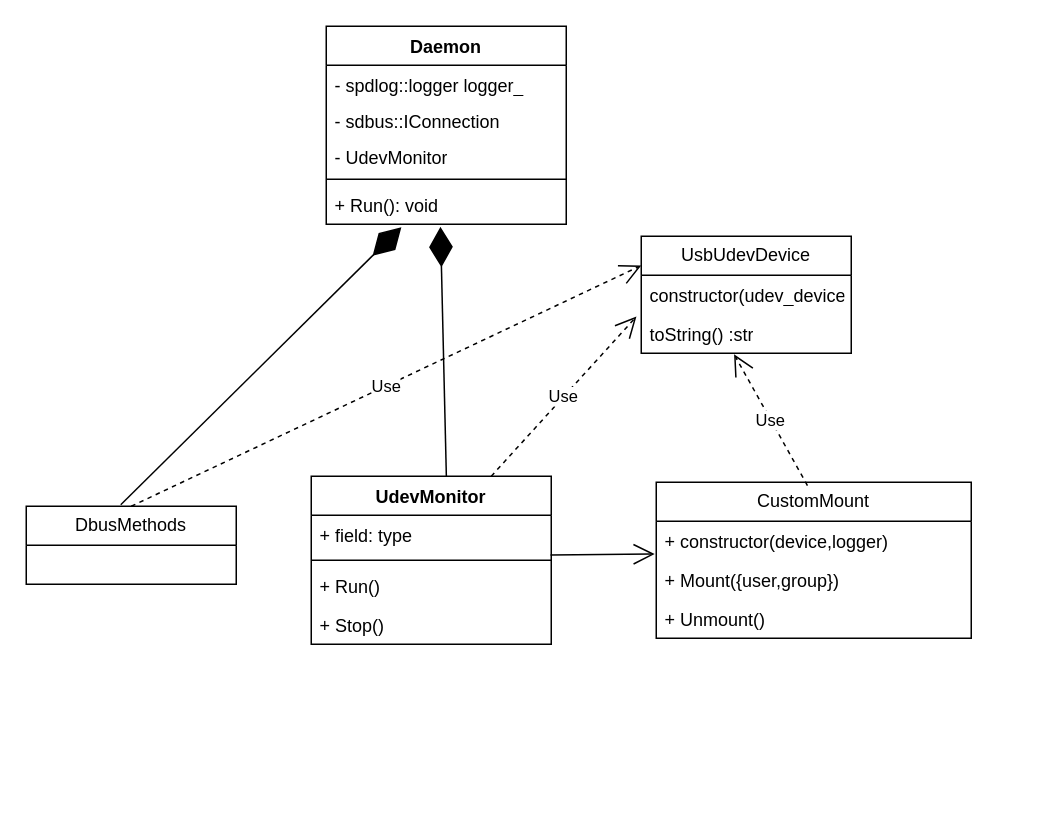
3036662/alterator-usbmount keeps this draw.io diagram as daemon/classes.drawio. Above is the earlier version. Source tidied: cells renumbered, new cells numbered last; positions are measured from the earlier drawing's top-left corner, leaving out a move shared by most shapes. Both pictures are drawn from the tidied source at 150%, with x=0, y=0 at pixel (26, 26).
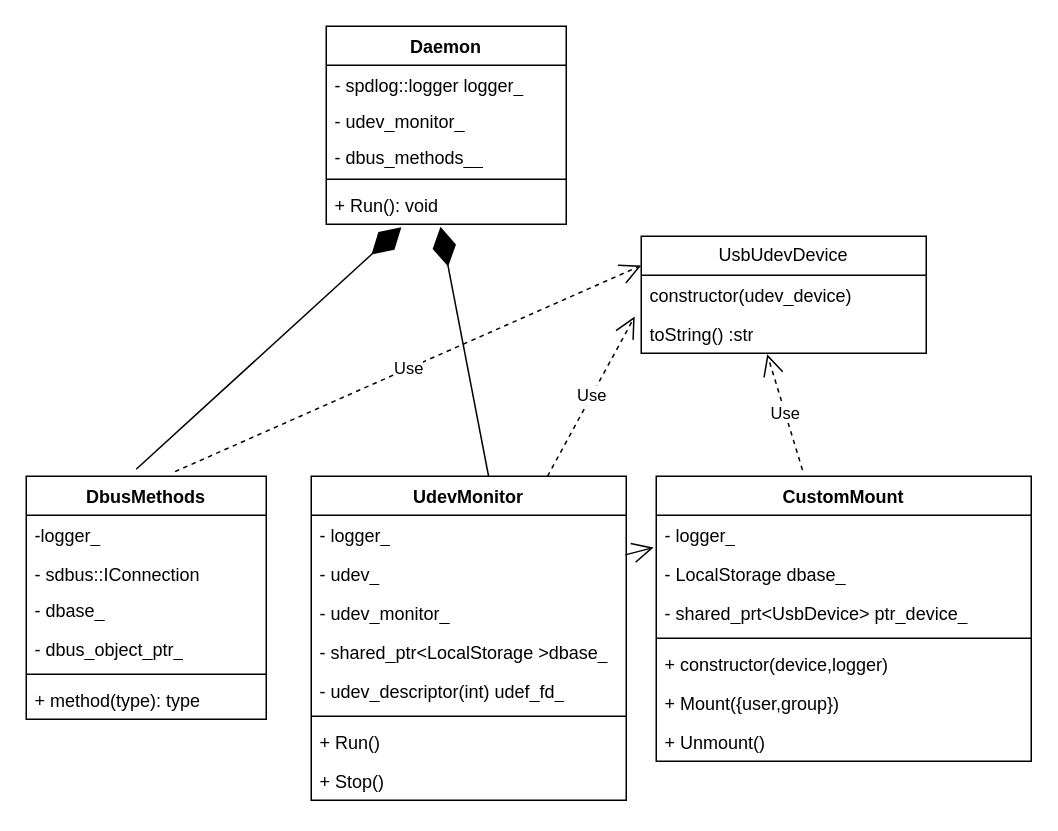
The same page after the edit.

Unchanged cells that the change refers to:
```xml
<mxCell id="2" value="Daemon" style="swimlane;fontStyle=1;align=center;verticalAlign=top;horizontal=1;startSize=26;whiteSpace=wrap;html=1;" parent="1" vertex="1">
  <mxGeometry x="200" width="160" height="132" as="geometry" />
</mxCell>
<mxCell id="7" value="+ Run(): void" style="text;strokeColor=none;fillColor=none;align=left;verticalAlign=top;spacingLeft=4;spacingRight=4;overflow=hidden;points=[[0,0.5],[1,0.5]];portConstraint=eastwest;whiteSpace=wrap;html=1;" parent="2" vertex="1">
  <mxGeometry y="106" width="160" height="26" as="geometry" />
</mxCell>
```

The edit, as a diff of the source:
```diff
@@
-    <mxCell id="4" value="- sdbus::IConnection" style="text;strokeColor=none;fillColor=none;align=left;verticalAlign=top;spacingLeft=4;spacingRight=4;overflow=hidden;whiteSpace=wrap;html=1;" parent="2" vertex="1">
+    <mxCell id="4" value="- udev_monitor_" style="text;strokeColor=none;fillColor=none;align=left;verticalAlign=top;spacingLeft=4;spacingRight=4;overflow=hidden;whiteSpace=wrap;html=1;" parent="2" vertex="1">
       <mxGeometry y="50" width="160" height="24" as="geometry" />
     </mxCell>
-    <mxCell id="5" value="- UdevMonitor" style="text;strokeColor=none;fillColor=none;align=left;verticalAlign=top;spacingLeft=4;spacingRight=4;overflow=hidden;whiteSpace=wrap;html=1;" parent="2" vertex="1">
+    <mxCell id="5" value="- dbus_methods__" style="text;strokeColor=none;fillColor=none;align=left;verticalAlign=top;spacingLeft=4;spacingRight=4;overflow=hidden;whiteSpace=wrap;html=1;" parent="2" vertex="1">
       <mxGeometry y="74" width="160" height="24" as="geometry" />
     </mxCell>
@@
     <mxCell id="8" value="UdevMonitor" style="swimlane;fontStyle=1;align=center;verticalAlign=top;horizontal=1;startSize=26;whiteSpace=wrap;html=1;" parent="1" vertex="1">
-      <mxGeometry x="190" y="300" width="160" height="112" as="geometry" />
+      <mxGeometry x="190" y="300" width="210" height="216" as="geometry" />
     </mxCell>
-    <mxCell id="9" value="+ field: type" style="text;strokeColor=none;fillColor=none;align=left;verticalAlign=top;spacingLeft=4;spacingRight=4;overflow=hidden;points=[[0,0.5],[1,0.5]];portConstraint=eastwest;whiteSpace=wrap;html=1;" parent="8" vertex="1">
-      <mxGeometry y="26" width="160" height="26" as="geometry" />
+    <mxCell id="9" value="&lt;div&gt;- logger_&lt;/div&gt;" style="text;strokeColor=none;fillColor=none;align=left;verticalAlign=top;spacingLeft=4;spacingRight=4;overflow=hidden;points=[[0,0.5],[1,0.5]];portConstraint=eastwest;whiteSpace=wrap;html=1;" parent="8" vertex="1">
+      <mxGeometry y="26" width="210" height="26" as="geometry" />
     </mxCell>
+    <mxCell id="27" value="&lt;div&gt;- udev_&lt;br&gt;&lt;/div&gt;" style="text;strokeColor=none;fillColor=none;align=left;verticalAlign=top;spacingLeft=4;spacingRight=4;overflow=hidden;whiteSpace=wrap;html=1;" parent="8" vertex="1">
+      <mxGeometry y="52" width="210" height="26" as="geometry" />
+    </mxCell>
+    <mxCell id="28" value="&lt;div&gt;- udev_monitor_&lt;br&gt;&lt;/div&gt;" style="text;strokeColor=none;fillColor=none;align=left;verticalAlign=top;spacingLeft=4;spacingRight=4;overflow=hidden;whiteSpace=wrap;html=1;" parent="8" vertex="1">
+      <mxGeometry y="78" width="210" height="26" as="geometry" />
+    </mxCell>
+    <mxCell id="29" value="&lt;div&gt;- shared_ptr&amp;lt;LocalStorage &amp;gt;dbase_&lt;br&gt;&lt;/div&gt;" style="text;strokeColor=none;fillColor=none;align=left;verticalAlign=top;spacingLeft=4;spacingRight=4;overflow=hidden;whiteSpace=wrap;html=1;" parent="8" vertex="1">
+      <mxGeometry y="104" width="210" height="26" as="geometry" />
+    </mxCell>
+    <mxCell id="30" value="&lt;div&gt;- udev_descriptor(int) udef_fd_&lt;br&gt;&lt;/div&gt;" style="text;strokeColor=none;fillColor=none;align=left;verticalAlign=top;spacingLeft=4;spacingRight=4;overflow=hidden;whiteSpace=wrap;html=1;" parent="8" vertex="1">
+      <mxGeometry y="130" width="210" height="26" as="geometry" />
+    </mxCell>
     <mxCell id="10" style="line;strokeWidth=1;fillColor=none;align=left;verticalAlign=middle;spacingTop=-1;spacingLeft=3;spacingRight=3;labelPosition=right;strokeColor=inherit;" parent="8" vertex="1">
-      <mxGeometry y="52" width="160" height="8" as="geometry" />
+      <mxGeometry y="156" width="210" height="8" as="geometry" />
     </mxCell>
     <mxCell id="11" value="+ Run()" style="text;strokeColor=none;fillColor=none;align=left;verticalAlign=top;spacingLeft=4;spacingRight=4;overflow=hidden;whiteSpace=wrap;html=1;" parent="8" vertex="1">
-      <mxGeometry y="60" width="160" height="26" as="geometry" />
+      <mxGeometry y="164" width="210" height="26" as="geometry" />
     </mxCell>
     <mxCell id="12" value="+ Stop()" style="text;strokeColor=none;fillColor=none;align=left;verticalAlign=top;spacingLeft=4;spacingRight=4;overflow=hidden;whiteSpace=wrap;html=1;" parent="8" vertex="1">
-      <mxGeometry y="86" width="160" height="26" as="geometry" />
+      <mxGeometry y="190" width="210" height="26" as="geometry" />
     </mxCell>
@@
-    <mxCell id="14" value="CustomMount" style="swimlane;fontStyle=0;horizontal=1;startSize=26;fillColor=none;whiteSpace=wrap;html=1;" parent="1" vertex="1">
-      <mxGeometry x="420" y="304" width="210" height="104" as="geometry" />
-    </mxCell>
-    <mxCell id="15" value="+ constructor(device,logger)" style="text;strokeColor=none;fillColor=none;align=left;verticalAlign=top;spacingLeft=4;spacingRight=4;overflow=hidden;points=[[0,0.5],[1,0.5]];portConstraint=eastwest;whiteSpace=wrap;html=1;" parent="14" vertex="1">
-      <mxGeometry y="26" width="210" height="26" as="geometry" />
-    </mxCell>
-    <mxCell id="16" value="+ Mount({user,group})" style="text;strokeColor=none;fillColor=none;align=left;verticalAlign=top;spacingLeft=4;spacingRight=4;overflow=hidden;whiteSpace=wrap;html=1;" parent="14" vertex="1">
-      <mxGeometry y="52" width="210" height="26" as="geometry" />
-    </mxCell>
-    <mxCell id="17" value="+ Unmount()" style="text;strokeColor=none;fillColor=none;align=left;verticalAlign=top;spacingLeft=4;spacingRight=4;overflow=hidden;whiteSpace=wrap;html=1;" parent="14" vertex="1">
-      <mxGeometry y="78" width="210" height="26" as="geometry" />
-    </mxCell>
-    <mxCell id="18" style="endArrow=open;endFill=1;endSize=12;html=1;rounded=0;entryX=-0.005;entryY=0.841;entryDx=0;entryDy=0;entryPerimeter=0;exitX=0.997;exitY=1.016;exitDx=0;exitDy=0;exitPerimeter=0;" parent="1" edge="1" source="9" target="15">
+    <mxCell id="18" style="endArrow=open;endFill=1;endSize=12;html=1;rounded=0;exitX=0.997;exitY=1.016;exitDx=0;exitDy=0;exitPerimeter=0;entryX=-0.007;entryY=0.827;entryDx=0;entryDy=0;entryPerimeter=0;" parent="1" edge="1" source="9" target="31">
       <mxGeometry relative="1" as="geometry" />
     </mxCell>
     <mxCell id="19" value="UsbUdevDevice" style="swimlane;fontStyle=0;horizontal=1;startSize=26;fillColor=none;whiteSpace=wrap;html=1;" parent="1" vertex="1">
-      <mxGeometry x="410" y="140" width="140" height="78" as="geometry" />
+      <mxGeometry x="410" y="140" width="190" height="78" as="geometry" />
     </mxCell>
     <mxCell id="20" value="constructor(udev_device)" style="text;strokeColor=none;fillColor=none;align=left;verticalAlign=top;spacingLeft=4;spacingRight=4;overflow=hidden;points=[[0,0.5],[1,0.5]];portConstraint=eastwest;whiteSpace=wrap;html=1;" parent="19" vertex="1">
-      <mxGeometry y="26" width="140" height="26" as="geometry" />
+      <mxGeometry y="26" width="190" height="26" as="geometry" />
     </mxCell>
     <mxCell id="21" value="toString() :str" style="text;strokeColor=none;fillColor=none;align=left;verticalAlign=top;spacingLeft=4;spacingRight=4;overflow=hidden;points=[[0,0.5],[1,0.5]];portConstraint=eastwest;whiteSpace=wrap;html=1;" parent="19" vertex="1">
-      <mxGeometry y="52" width="140" height="26" as="geometry" />
+      <mxGeometry y="52" width="190" height="26" as="geometry" />
     </mxCell>
@@
-    <mxCell id="23" value="Use" style="endArrow=open;endSize=12;dashed=1;html=1;rounded=0;entryX=0.442;entryY=1.027;entryDx=0;entryDy=0;entryPerimeter=0;exitX=0.48;exitY=0.021;exitDx=0;exitDy=0;exitPerimeter=0;" parent="1" edge="1" source="14" target="21">
+    <mxCell id="23" value="Use" style="endArrow=open;endSize=12;dashed=1;html=1;rounded=0;entryX=0.442;entryY=1.027;entryDx=0;entryDy=0;entryPerimeter=0;exitX=0.39;exitY=-0.022;exitDx=0;exitDy=0;exitPerimeter=0;" parent="1" edge="1" source="14" target="21">
       <mxGeometry relative="1" as="geometry" />
     </mxCell>
-    <mxCell id="24" value="DbusMethods" style="swimlane;fontStyle=0;horizontal=1;startSize=26;fillColor=none;whiteSpace=wrap;html=1;" parent="1" vertex="1">
-      <mxGeometry y="320" width="140" height="52" as="geometry" />
-    </mxCell>
-    <mxCell id="25" style="endArrow=diamondThin;endFill=1;endSize=24;html=1;rounded=0;entryX=0.313;entryY=1.077;entryDx=0;entryDy=0;entryPerimeter=0;exitX=0.45;exitY=-0.019;exitDx=0;exitDy=0;exitPerimeter=0;" parent="1" edge="1" source="24" target="7">
+    <mxCell id="25" style="endArrow=diamondThin;endFill=1;endSize=24;html=1;rounded=0;entryX=0.313;entryY=1.077;entryDx=0;entryDy=0;entryPerimeter=0;exitX=0.458;exitY=-0.029;exitDx=0;exitDy=0;exitPerimeter=0;" parent="1" edge="1" source="24" target="7">
       <mxGeometry relative="1" as="geometry" />
     </mxCell>
-    <mxCell id="26" value="Use" style="endArrow=open;endSize=12;dashed=1;html=1;rounded=0;entryX=0;entryY=0.25;entryDx=0;entryDy=0;exitX=0.5;exitY=0;exitDx=0;exitDy=0;" parent="1" edge="1" source="24" target="19">
+    <mxCell id="26" value="Use" style="endArrow=open;endSize=12;dashed=1;html=1;rounded=0;entryX=0;entryY=0.25;entryDx=0;entryDy=0;exitX=0.62;exitY=-0.019;exitDx=0;exitDy=0;exitPerimeter=0;" parent="1" edge="1" source="24" target="19">
       <mxGeometry relative="1" as="geometry" />
     </mxCell>
+    <mxCell id="14" value="CustomMount" style="swimlane;fontStyle=1;align=center;verticalAlign=top;horizontal=1;startSize=26;whiteSpace=wrap;html=1;" parent="1" vertex="1">
+      <mxGeometry x="420" y="300" width="250" height="190" as="geometry" />
+    </mxCell>
+    <mxCell id="31" value="&lt;div&gt;- logger_&lt;/div&gt;" style="text;strokeColor=none;fillColor=none;align=left;verticalAlign=top;spacingLeft=4;spacingRight=4;overflow=hidden;points=[[0,0.5],[1,0.5]];portConstraint=eastwest;whiteSpace=wrap;html=1;" parent="14" vertex="1">
+      <mxGeometry y="26" width="250" height="26" as="geometry" />
+    </mxCell>
+    <mxCell id="32" value="&lt;div&gt;- LocalStorage dbase_&lt;br&gt;&lt;/div&gt;" style="text;strokeColor=none;fillColor=none;align=left;verticalAlign=top;spacingLeft=4;spacingRight=4;overflow=hidden;whiteSpace=wrap;html=1;" parent="14" vertex="1">
+      <mxGeometry y="52" width="250" height="26" as="geometry" />
+    </mxCell>
+    <mxCell id="33" value="&lt;div&gt;- shared_prt&amp;lt;UsbDevice&amp;gt; ptr_device_&lt;/div&gt;" style="text;strokeColor=none;fillColor=none;align=left;verticalAlign=top;spacingLeft=4;spacingRight=4;overflow=hidden;whiteSpace=wrap;html=1;" parent="14" vertex="1">
+      <mxGeometry y="78" width="250" height="26" as="geometry" />
+    </mxCell>
+    <mxCell id="34" style="line;strokeWidth=1;fillColor=none;align=left;verticalAlign=middle;spacingTop=-1;spacingLeft=3;spacingRight=3;labelPosition=right;strokeColor=inherit;" parent="14" vertex="1">
+      <mxGeometry y="104" width="250" height="8" as="geometry" />
+    </mxCell>
+    <mxCell id="15" value="+ constructor(device,logger)" style="text;strokeColor=none;fillColor=none;align=left;verticalAlign=top;spacingLeft=4;spacingRight=4;overflow=hidden;points=[[0,0.5],[1,0.5]];portConstraint=eastwest;whiteSpace=wrap;html=1;" parent="14" vertex="1">
+      <mxGeometry y="112" width="250" height="26" as="geometry" />
+    </mxCell>
+    <mxCell id="16" value="+ Mount({user,group})" style="text;strokeColor=none;fillColor=none;align=left;verticalAlign=top;spacingLeft=4;spacingRight=4;overflow=hidden;whiteSpace=wrap;html=1;" parent="14" vertex="1">
+      <mxGeometry y="138" width="250" height="26" as="geometry" />
+    </mxCell>
+    <mxCell id="17" value="+ Unmount()" style="text;strokeColor=none;fillColor=none;align=left;verticalAlign=top;spacingLeft=4;spacingRight=4;overflow=hidden;whiteSpace=wrap;html=1;" parent="14" vertex="1">
+      <mxGeometry y="164" width="250" height="26" as="geometry" />
+    </mxCell>
+    <mxCell id="24" value="DbusMethods" style="swimlane;fontStyle=1;align=center;verticalAlign=top;horizontal=1;startSize=26;whiteSpace=wrap;html=1;" parent="1" vertex="1">
+      <mxGeometry y="300" width="160" height="162" as="geometry" />
+    </mxCell>
+    <mxCell id="35" value="-logger_" style="text;strokeColor=none;fillColor=none;align=left;verticalAlign=top;spacingLeft=4;spacingRight=4;overflow=hidden;whiteSpace=wrap;html=1;" parent="24" vertex="1">
+      <mxGeometry y="26" width="160" height="26" as="geometry" />
+    </mxCell>
+    <mxCell id="36" value="- sdbus::IConnection" style="text;strokeColor=none;fillColor=none;align=left;verticalAlign=top;spacingLeft=4;spacingRight=4;overflow=hidden;whiteSpace=wrap;html=1;" parent="24" vertex="1">
+      <mxGeometry y="52" width="160" height="24" as="geometry" />
+    </mxCell>
+    <mxCell id="37" value="- dbase_" style="text;strokeColor=none;fillColor=none;align=left;verticalAlign=top;spacingLeft=4;spacingRight=4;overflow=hidden;whiteSpace=wrap;html=1;" parent="24" vertex="1">
+      <mxGeometry y="76" width="160" height="26" as="geometry" />
+    </mxCell>
+    <mxCell id="38" value="- dbus_object_ptr_" style="text;strokeColor=none;fillColor=none;align=left;verticalAlign=top;spacingLeft=4;spacingRight=4;overflow=hidden;whiteSpace=wrap;html=1;" parent="24" vertex="1">
+      <mxGeometry y="102" width="160" height="26" as="geometry" />
+    </mxCell>
+    <mxCell id="39" style="line;strokeWidth=1;fillColor=none;align=left;verticalAlign=middle;spacingTop=-1;spacingLeft=3;spacingRight=3;labelPosition=right;strokeColor=inherit;" parent="24" vertex="1">
+      <mxGeometry y="128" width="160" height="8" as="geometry" />
+    </mxCell>
+    <mxCell id="40" value="+ method(type): type" style="text;strokeColor=none;fillColor=none;align=left;verticalAlign=top;spacingLeft=4;spacingRight=4;overflow=hidden;whiteSpace=wrap;html=1;" parent="24" vertex="1">
+      <mxGeometry y="136" width="160" height="26" as="geometry" />
+    </mxCell>
```
